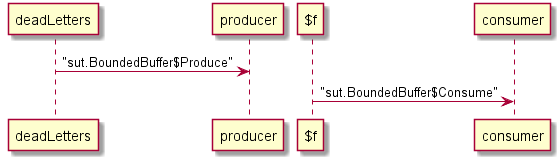
The PlantUML diagram umlSeqDiag.png in hasansozer/JBita, before a commit.
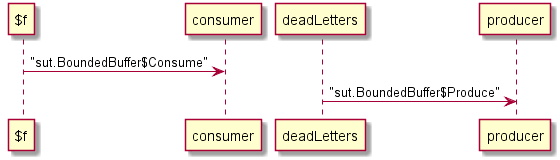
The same file after the commit.

The edit, as a diff of the source:
```diff
@@ -1,4 +1,4 @@
 @startuml
+"$f" -> "consumer": "sut.BoundedBuffer$Consume"
 "deadLetters" -> "producer": "sut.BoundedBuffer$Produce"
-"$f" -> "consumer": "sut.BoundedBuffer$Consume"
 @enduml
```
